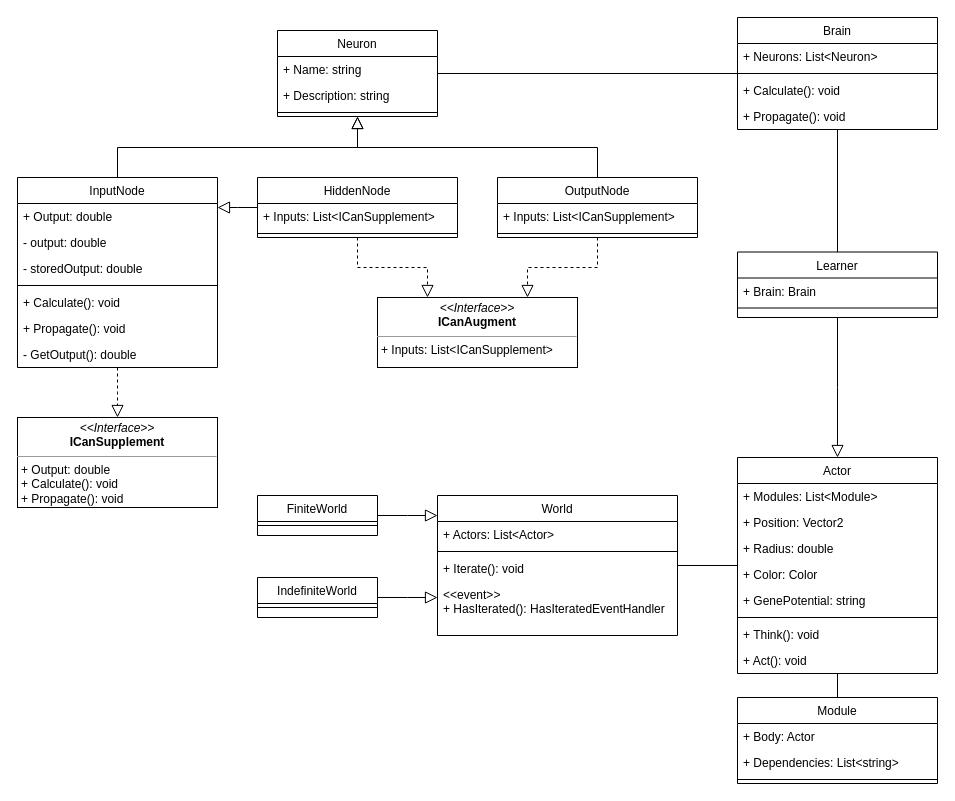
Earlier version of the draw.io diagram ClassDiagram.drawio (Exouxas/FosterScript.Core). Source tidied: cells renumbered, new cells numbered last; positions are measured from the earlier drawing's top-left corner, leaving out a move shared by most shapes. Both pictures are drawn from the tidied source at 100%, with x=0, y=0 at pixel (17, 17).
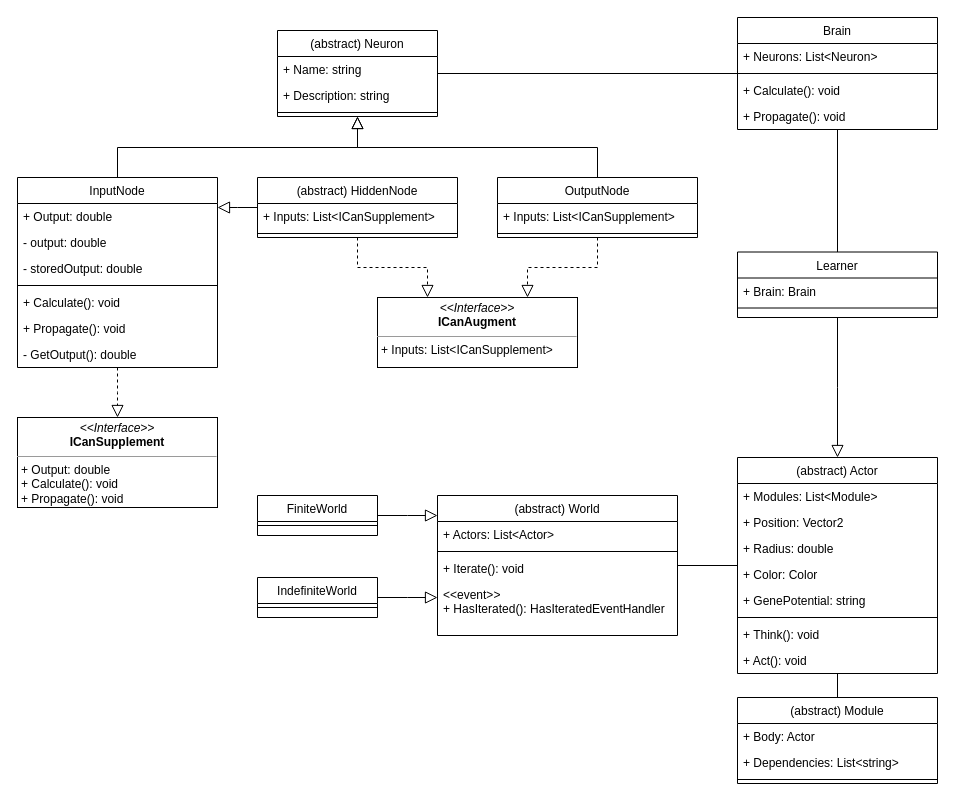
The same diagram, later.

Commit message:
Add abstract tags

Change to the diagram source:
```diff
@@
-    <mxCell id="2" value="Neuron" style="swimlane;fontStyle=0;align=center;verticalAlign=top;horizontal=1;startSize=26;rounded=0;shadow=0;strokeWidth=1;" parent="1" vertex="1">
+    <mxCell id="2" value="(abstract) Neuron" style="swimlane;fontStyle=0;align=center;verticalAlign=top;horizontal=1;startSize=26;rounded=0;shadow=0;strokeWidth=1;" parent="1" vertex="1">
       <mxGeometry x="260" y="13" width="160" height="86" as="geometry" />
     </mxCell>
@@
-    <mxCell id="19" value="Module" style="swimlane;fontStyle=0;align=center;verticalAlign=top;horizontal=1;startSize=26;rounded=0;shadow=0;strokeWidth=1;" parent="1" vertex="1">
+    <mxCell id="19" value="(abstract) Module" style="swimlane;fontStyle=0;align=center;verticalAlign=top;horizontal=1;startSize=26;rounded=0;shadow=0;strokeWidth=1;" parent="1" vertex="1">
       <mxGeometry x="720" y="680" width="200" height="86" as="geometry" />
     </mxCell>
@@
-    <mxCell id="27" value="HiddenNode" style="swimlane;fontStyle=0;align=center;verticalAlign=top;horizontal=1;startSize=26;rounded=0;shadow=0;strokeWidth=1;" parent="1" vertex="1">
+    <mxCell id="27" value="(abstract) HiddenNode" style="swimlane;fontStyle=0;align=center;verticalAlign=top;horizontal=1;startSize=26;rounded=0;shadow=0;strokeWidth=1;" parent="1" vertex="1">
       <mxGeometry x="240" y="160" width="200" height="60" as="geometry" />
     </mxCell>
@@
-    <mxCell id="43" value="World" style="swimlane;fontStyle=0;align=center;verticalAlign=top;horizontal=1;startSize=26;rounded=0;shadow=0;strokeWidth=1;" parent="1" vertex="1">
+    <mxCell id="43" value="(abstract) World" style="swimlane;fontStyle=0;align=center;verticalAlign=top;horizontal=1;startSize=26;rounded=0;shadow=0;strokeWidth=1;" parent="1" vertex="1">
       <mxGeometry x="420" y="478" width="240" height="140" as="geometry" />
     </mxCell>
@@
-    <mxCell id="55" value="Actor" style="swimlane;fontStyle=0;align=center;verticalAlign=top;horizontal=1;startSize=26;rounded=0;shadow=0;strokeWidth=1;" parent="1" vertex="1">
+    <mxCell id="55" value="(abstract) Actor" style="swimlane;fontStyle=0;align=center;verticalAlign=top;horizontal=1;startSize=26;rounded=0;shadow=0;strokeWidth=1;" parent="1" vertex="1">
       <mxGeometry x="720" y="440" width="200" height="216" as="geometry" />
     </mxCell>
```
